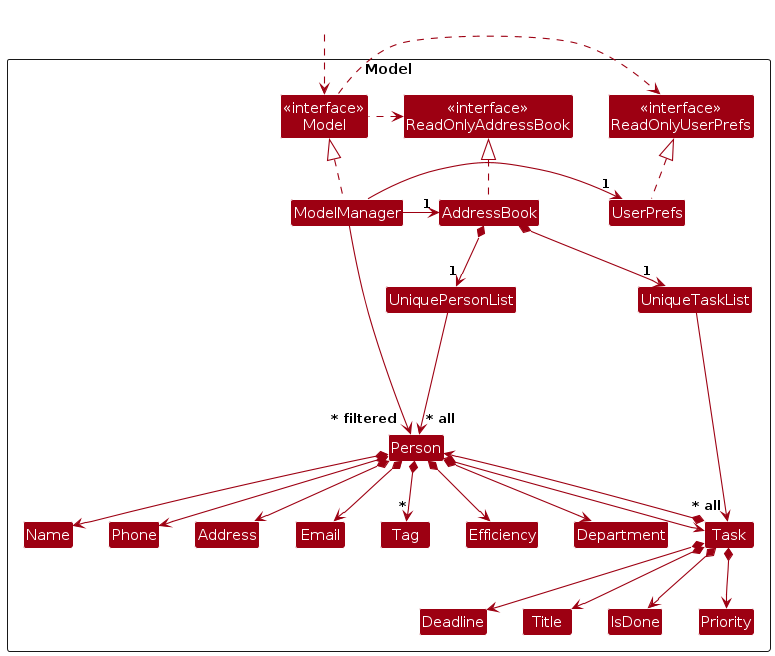
Above: diagrams/ModelClassDiagram.png in AY2324S2-CS2103T-T14-1/tp (PlantUML), before the change. Its source is kept beside it as diagrams/ModelClassDiagram.puml.
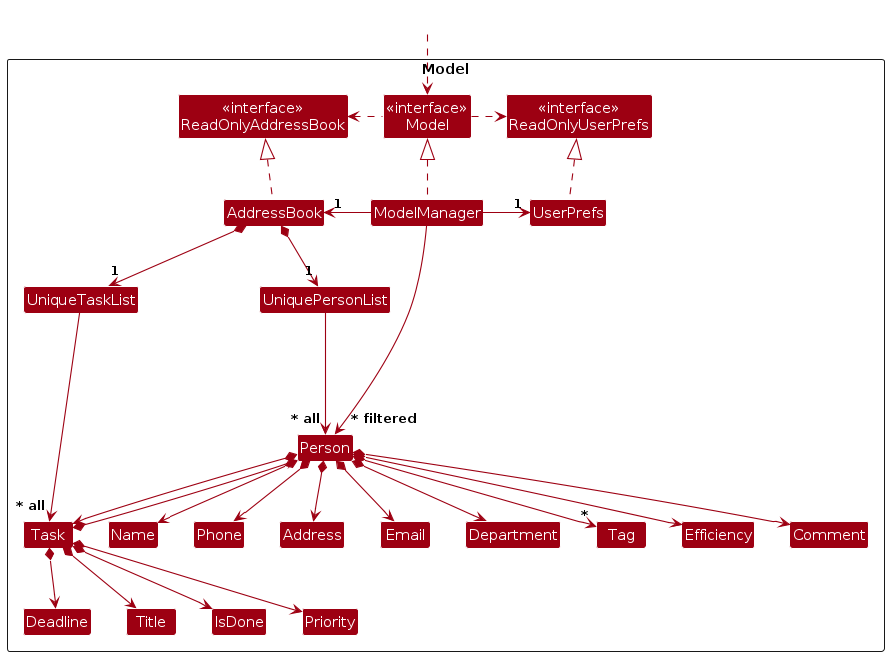
Later version of the same file.

Diff of the diagram source:
```diff
@@ -21,6 +21,7 @@
 Class Department
 Class Tag
 Class Efficiency
+Class Comment
 
 Class UniqueTaskList
 Class Task
@@ -54,6 +55,7 @@
 Person *--> "*" Tag
 Person *--> Task
 Person *--> Efficiency
+Person *--> Comment
 
 AddressBook *--> "1" UniqueTaskList
 UniqueTaskList --> "~* all" Task
```
